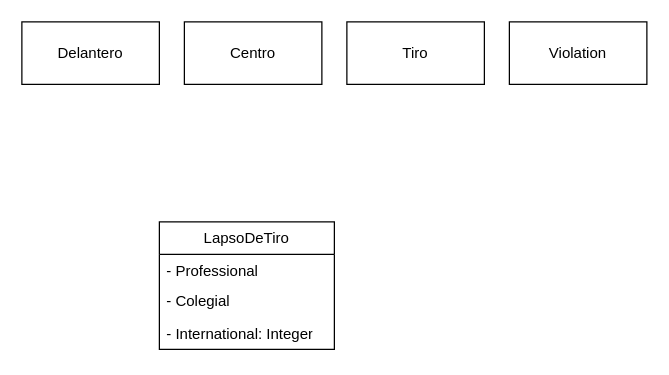
Before: BaseDeDatos/ej1UML.drawio in Donnie-MS/DiagramasUML-BaseDeDatos-Objetos2, a draw.io diagram. Source tidied: cells renumbered, new cells numbered last; positions are measured from the earlier drawing's top-left corner, leaving out a move shared by most shapes. Both pictures are drawn from the tidied source at 125%, with x=0, y=0 at pixel (21, 21).
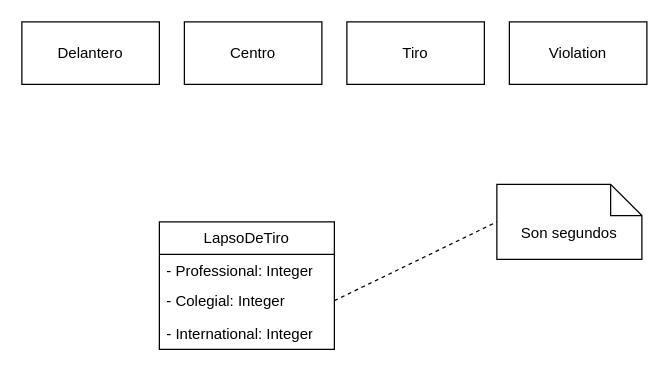
After the change.

What changed in the source:
```diff
@@
 <mxGraphModel>
   <root>
     <mxCell id="0" />
     <mxCell id="1" parent="0" />
     <mxCell id="2" value="Delantero" style="html=1;whiteSpace=wrap;" parent="1" vertex="1">
       <mxGeometry width="110" height="50" as="geometry" />
     </mxCell>
     <mxCell id="3" value="Centro" style="html=1;whiteSpace=wrap;" parent="1" vertex="1">
       <mxGeometry x="130" width="110" height="50" as="geometry" />
     </mxCell>
     <mxCell id="4" value="Tiro" style="html=1;whiteSpace=wrap;" parent="1" vertex="1">
       <mxGeometry x="260" width="110" height="50" as="geometry" />
     </mxCell>
     <mxCell id="5" value="Violation" style="html=1;whiteSpace=wrap;" parent="1" vertex="1">
       <mxGeometry x="390" width="110" height="50" as="geometry" />
     </mxCell>
     <mxCell id="6" value="LapsoDeTiro" style="swimlane;fontStyle=0;horizontal=1;startSize=26;fillColor=none;whiteSpace=wrap;html=1;" parent="1" vertex="1">
       <mxGeometry x="110" y="160" width="140" height="102" as="geometry" />
     </mxCell>
-    <mxCell id="7" value="- Professional" style="text;strokeColor=none;fillColor=none;align=left;verticalAlign=top;spacingLeft=4;spacingRight=4;overflow=hidden;whiteSpace=wrap;html=1;" parent="6" vertex="1">
+    <mxCell id="7" value="- Professional: Integer" style="text;strokeColor=none;fillColor=none;align=left;verticalAlign=top;spacingLeft=4;spacingRight=4;overflow=hidden;whiteSpace=wrap;html=1;" parent="6" vertex="1">
       <mxGeometry y="26" width="140" height="24" as="geometry" />
     </mxCell>
-    <mxCell id="8" value="- Colegial" style="text;strokeColor=none;fillColor=none;align=left;verticalAlign=top;spacingLeft=4;spacingRight=4;overflow=hidden;points=[[0,0.5],[1,0.5]];portConstraint=eastwest;whiteSpace=wrap;html=1;" parent="6" vertex="1">
+    <mxCell id="8" value="- Colegial: Integer" style="text;strokeColor=none;fillColor=none;align=left;verticalAlign=top;spacingLeft=4;spacingRight=4;overflow=hidden;points=[[0,0.5],[1,0.5]];portConstraint=eastwest;whiteSpace=wrap;html=1;" parent="6" vertex="1">
       <mxGeometry y="50" width="140" height="26" as="geometry" />
     </mxCell>
     <mxCell id="9" value="- International: Integer" style="text;strokeColor=none;fillColor=none;align=left;verticalAlign=top;spacingLeft=4;spacingRight=4;overflow=hidden;whiteSpace=wrap;html=1;" parent="6" vertex="1">
       <mxGeometry y="76" width="140" height="26" as="geometry" />
     </mxCell>
+    <mxCell id="10" value="Son segundos" style="shape=note2;boundedLbl=1;whiteSpace=wrap;html=1;size=25;verticalAlign=top;align=center;" parent="1" vertex="1">
+      <mxGeometry x="380" y="130" width="116" height="60" as="geometry" />
+    </mxCell>
+    <mxCell id="11" style="html=1;verticalAlign=bottom;labelBackgroundColor=none;endArrow=none;endFill=0;dashed=1;rounded=0;exitX=1;exitY=0.5;exitDx=0;exitDy=0;entryX=0;entryY=0.5;entryDx=0;entryDy=0;entryPerimeter=0;" parent="1" edge="1" source="8" target="10">
+      <mxGeometry relative="1" as="geometry" />
+    </mxCell>
   </root>
 </mxGraphModel>
```
